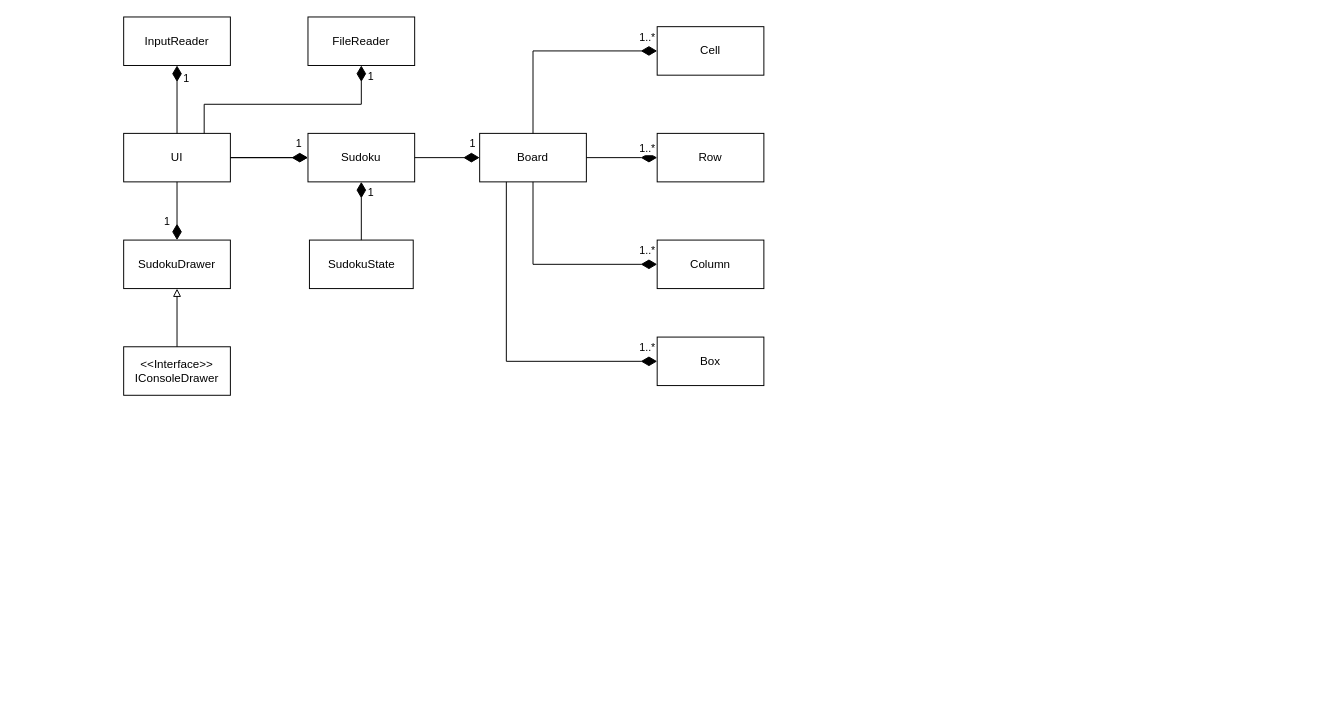
Earlier version of the draw.io diagram sudoku.drawio (GXZheng312/Design-Patterns-Assessment). Source tidied: cells renumbered, new cells numbered last; positions are measured from the earlier drawing's top-left corner, leaving out a move shared by most shapes. Both pictures are drawn from the tidied source at 97%, with x=0, y=0 at pixel (123, 16).
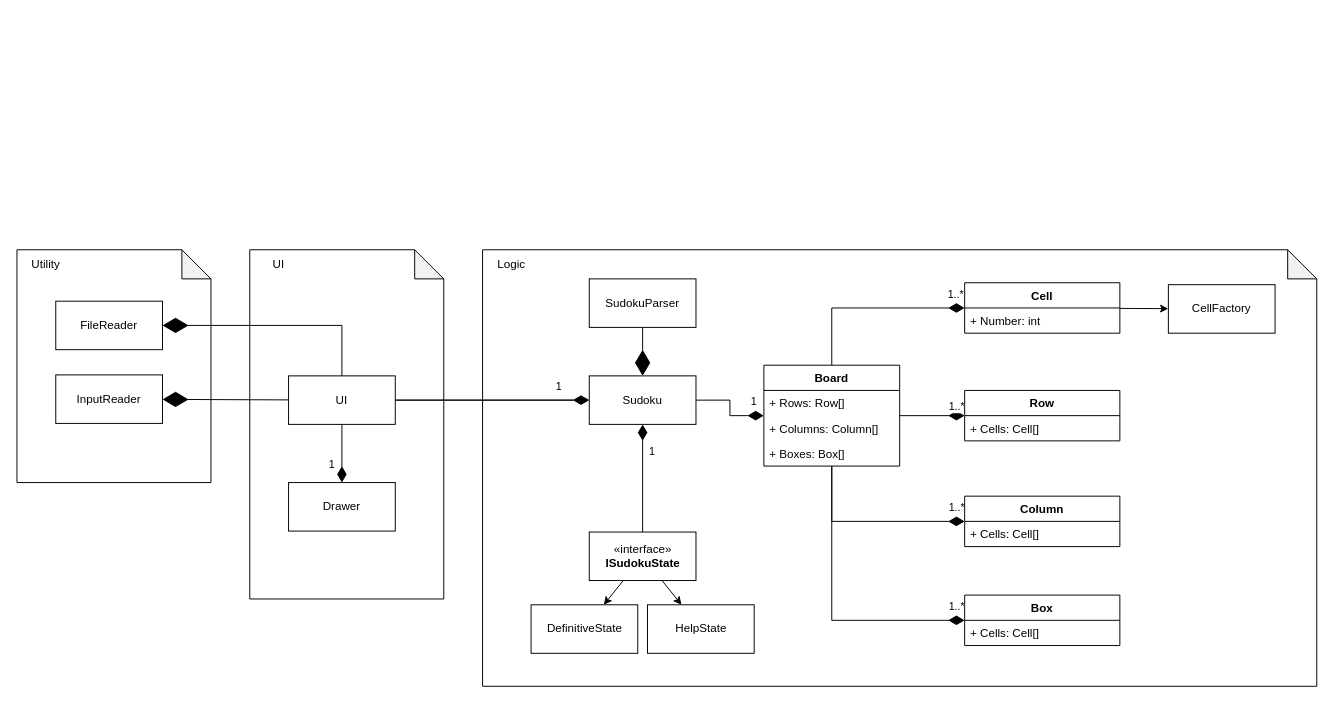
The same diagram, later.

The edit, as a diff of the source:
```diff
@@
+    <mxCell id="26" style="shape=note;whiteSpace=wrap;html=1;backgroundOutline=1;darkOpacity=0.05;" parent="1" vertex="1">
+      <mxGeometry x="-110" y="240" width="200" height="240" as="geometry" />
+    </mxCell>
+    <mxCell id="27" style="shape=note;whiteSpace=wrap;html=1;backgroundOutline=1;darkOpacity=0.05;" parent="1" vertex="1">
+      <mxGeometry x="370" y="240" width="860" height="450" as="geometry" />
+    </mxCell>
+    <mxCell id="28" style="shape=note;whiteSpace=wrap;html=1;backgroundOutline=1;darkOpacity=0.05;" parent="1" vertex="1">
+      <mxGeometry x="130" y="240" width="200" height="360" as="geometry" />
+    </mxCell>
     <mxCell id="2" value="Sudoku" style="rounded=0;whiteSpace=wrap;html=1;" parent="1" vertex="1">
-      <mxGeometry x="190" y="120" width="110" height="50" as="geometry" />
+      <mxGeometry x="480" y="370" width="110" height="50" as="geometry" />
     </mxCell>
@@
     <mxCell id="4" value="UI" style="rounded=0;whiteSpace=wrap;html=1;" parent="1" vertex="1">
-      <mxGeometry y="120" width="110" height="50" as="geometry" />
+      <mxGeometry x="170" y="370" width="110" height="50" as="geometry" />
     </mxCell>
     <mxCell id="5" value="InputReader" style="rounded=0;whiteSpace=wrap;html=1;" parent="1" vertex="1">
-      <mxGeometry width="110" height="50" as="geometry" />
+      <mxGeometry x="-70" y="369" width="110" height="50" as="geometry" />
     </mxCell>
-    <mxCell id="6" value="SudokuDrawer" style="rounded=0;whiteSpace=wrap;html=1;" parent="1" vertex="1">
-      <mxGeometry y="230" width="110" height="50" as="geometry" />
+    <mxCell id="6" value="Drawer" style="rounded=0;whiteSpace=wrap;html=1;" parent="1" vertex="1">
+      <mxGeometry x="170" y="480" width="110" height="50" as="geometry" />
     </mxCell>
-    <mxCell id="7" value="Cell" style="rounded=0;whiteSpace=wrap;html=1;" parent="1" vertex="1">
-      <mxGeometry x="550" y="10" width="110" height="50" as="geometry" />
-    </mxCell>
-    <mxCell id="8" value="Row" style="rounded=0;whiteSpace=wrap;html=1;" parent="1" vertex="1">
-      <mxGeometry x="550" y="120" width="110" height="50" as="geometry" />
-    </mxCell>
-    <mxCell id="9" value="Column" style="rounded=0;whiteSpace=wrap;html=1;" parent="1" vertex="1">
-      <mxGeometry x="550" y="230" width="110" height="50" as="geometry" />
-    </mxCell>
-    <mxCell id="10" value="Box" style="rounded=0;whiteSpace=wrap;html=1;" parent="1" vertex="1">
-      <mxGeometry x="550" y="330" width="110" height="50" as="geometry" />
-    </mxCell>
-    <mxCell id="11" value="Board" style="rounded=0;whiteSpace=wrap;html=1;" parent="1" vertex="1">
-      <mxGeometry x="367" y="120" width="110" height="50" as="geometry" />
-    </mxCell>
-    <mxCell id="12" value="1" style="endArrow=none;html=1;endSize=12;startArrow=diamondThin;startSize=14;startFill=1;edgeStyle=orthogonalEdgeStyle;align=left;verticalAlign=bottom;rounded=0;exitX=0.5;exitY=1;exitDx=0;exitDy=0;entryX=0.5;entryY=0;entryDx=0;entryDy=0;endFill=0;" parent="1" edge="1" source="5" target="4">
-      <mxGeometry x="-0.33" y="5" relative="1" as="geometry" />
-    </mxCell>
@@
-    <mxCell id="15" value="1" style="endArrow=none;html=1;endSize=12;startArrow=diamondThin;startSize=14;startFill=1;edgeStyle=orthogonalEdgeStyle;align=left;verticalAlign=bottom;rounded=0;exitX=0;exitY=0.5;exitDx=0;exitDy=0;entryX=1;entryY=0.5;entryDx=0;entryDy=0;endFill=0;" parent="1" edge="1" source="11" target="2">
+    <mxCell id="15" value="1" style="endArrow=none;html=1;endSize=12;startArrow=diamondThin;startSize=14;startFill=1;edgeStyle=orthogonalEdgeStyle;align=left;verticalAlign=bottom;rounded=0;entryX=1;entryY=0.5;entryDx=0;entryDy=0;endFill=0;" parent="1" edge="1" source="11" target="2">
       <mxGeometry x="-0.64" y="-5" relative="1" as="geometry" />
     </mxCell>
-    <mxCell id="16" value="1..*" style="endArrow=none;html=1;endSize=12;startArrow=diamondThin;startSize=14;startFill=1;edgeStyle=orthogonalEdgeStyle;align=left;verticalAlign=bottom;rounded=0;exitX=0;exitY=0.5;exitDx=0;exitDy=0;endFill=0;" parent="1" edge="1" source="8" target="11">
+    <mxCell id="16" value="1..*" style="endArrow=none;html=1;endSize=12;startArrow=diamondThin;startSize=14;startFill=1;edgeStyle=orthogonalEdgeStyle;align=left;verticalAlign=bottom;rounded=0;endFill=0;" parent="1" edge="1" source="8" target="11">
       <mxGeometry x="-0.45" relative="1" as="geometry" />
     </mxCell>
-    <mxCell id="17" value="1..*" style="endArrow=none;html=1;endSize=12;startArrow=diamondThin;startSize=14;startFill=1;edgeStyle=orthogonalEdgeStyle;align=left;verticalAlign=bottom;rounded=0;exitX=0;exitY=0.5;exitDx=0;exitDy=0;endFill=0;entryX=0.5;entryY=0;entryDx=0;entryDy=0;" parent="1" edge="1" source="7" target="11">
+    <mxCell id="17" value="1..*" style="endArrow=none;html=1;endSize=12;startArrow=diamondThin;startSize=14;startFill=1;edgeStyle=orthogonalEdgeStyle;align=left;verticalAlign=bottom;rounded=0;endFill=0;" parent="1" edge="1" source="7" target="11">
       <mxGeometry x="-0.81" y="-5" relative="1" as="geometry" />
     </mxCell>
-    <mxCell id="18" value="1..*" style="endArrow=none;html=1;endSize=12;startArrow=diamondThin;startSize=14;startFill=1;edgeStyle=orthogonalEdgeStyle;align=left;verticalAlign=bottom;rounded=0;exitX=0;exitY=0.5;exitDx=0;exitDy=0;endFill=0;entryX=0.5;entryY=1;entryDx=0;entryDy=0;" parent="1" edge="1" source="9" target="11">
+    <mxCell id="18" value="1..*" style="endArrow=none;html=1;endSize=12;startArrow=diamondThin;startSize=14;startFill=1;edgeStyle=orthogonalEdgeStyle;align=left;verticalAlign=bottom;rounded=0;endFill=0;" parent="1" edge="1" source="9" target="11">
       <mxGeometry x="-0.81" y="-5" relative="1" as="geometry" />
     </mxCell>
-    <mxCell id="19" value="1..*" style="endArrow=none;html=1;endSize=12;startArrow=diamondThin;startSize=14;startFill=1;edgeStyle=orthogonalEdgeStyle;align=left;verticalAlign=bottom;rounded=0;exitX=0;exitY=0.5;exitDx=0;exitDy=0;endFill=0;entryX=0.25;entryY=1;entryDx=0;entryDy=0;" parent="1" edge="1" source="10" target="11">
+    <mxCell id="19" value="1..*" style="endArrow=none;html=1;endSize=12;startArrow=diamondThin;startSize=14;startFill=1;edgeStyle=orthogonalEdgeStyle;align=left;verticalAlign=bottom;rounded=0;endFill=0;" parent="1" edge="1" source="10" target="11">
       <mxGeometry x="-0.88" y="-5" relative="1" as="geometry" />
     </mxCell>
-    <mxCell id="20" value="&amp;lt;&amp;lt;Interface&amp;gt;&amp;gt;&lt;br&gt;IConsoleDrawer" style="rounded=0;whiteSpace=wrap;html=1;" parent="1" vertex="1">
-      <mxGeometry y="340" width="110" height="50" as="geometry" />
-    </mxCell>
-    <mxCell id="21" style="endArrow=block;html=1;rounded=0;exitX=0.5;exitY=0;exitDx=0;exitDy=0;entryX=0.5;entryY=1;entryDx=0;entryDy=0;endFill=0;" parent="1" edge="1" source="20" target="6">
-      <mxGeometry relative="1" as="geometry" />
-    </mxCell>
     <mxCell id="22" value="FileReader" style="rounded=0;whiteSpace=wrap;html=1;" parent="1" vertex="1">
-      <mxGeometry x="190" width="110" height="50" as="geometry" />
+      <mxGeometry x="-70" y="293" width="110" height="50" as="geometry" />
     </mxCell>
-    <mxCell id="23" value="1" style="endArrow=none;html=1;endSize=12;startArrow=diamondThin;startSize=14;startFill=1;edgeStyle=orthogonalEdgeStyle;align=left;verticalAlign=bottom;rounded=0;exitX=0.5;exitY=1;exitDx=0;exitDy=0;endFill=0;" parent="1" edge="1" source="22">
-      <mxGeometry x="-0.83" y="5" relative="1" as="geometry">
-        <mxPoint x="83" y="120" as="targetPoint" />
-        <Array as="points">
-          <mxPoint x="245" y="90" />
-          <mxPoint x="83" y="90" />
-        </Array>
-      </mxGeometry>
-    </mxCell>
-    <mxCell id="24" value="SudokuState" style="rounded=0;whiteSpace=wrap;html=1;" parent="1" vertex="1">
-      <mxGeometry x="191.5" y="230" width="107" height="50" as="geometry" />
-    </mxCell>
-    <mxCell id="25" value="1" style="endArrow=none;html=1;endSize=12;startArrow=diamondThin;startSize=14;startFill=1;edgeStyle=orthogonalEdgeStyle;align=left;verticalAlign=bottom;rounded=0;exitX=0.5;exitY=1;exitDx=0;exitDy=0;entryX=0.5;entryY=0;entryDx=0;entryDy=0;endFill=0;" parent="1" edge="1" source="2" target="24">
+    <mxCell id="25" value="1" style="endArrow=none;html=1;endSize=12;startArrow=diamondThin;startSize=14;startFill=1;edgeStyle=orthogonalEdgeStyle;align=left;verticalAlign=bottom;rounded=0;exitX=0.5;exitY=1;exitDx=0;exitDy=0;endFill=0;" parent="1" edge="1" source="2" target="35">
       <mxGeometry x="-0.33" y="5" relative="1" as="geometry" />
     </mxCell>
+    <mxCell id="29" value="CellFactory" style="rounded=0;whiteSpace=wrap;html=1;" parent="1" vertex="1">
+      <mxGeometry x="1077" y="276" width="110" height="50" as="geometry" />
+    </mxCell>
+    <mxCell id="30" style="endArrow=classic;html=1;rounded=0;" parent="1" edge="1" source="7" target="29">
+      <mxGeometry relative="1" as="geometry" />
+    </mxCell>
+    <mxCell id="7" value="Cell" style="swimlane;fontStyle=1;align=center;verticalAlign=top;horizontal=1;startSize=26;" parent="1" vertex="1">
+      <mxGeometry x="867" y="274" width="160" height="52" as="geometry" />
+    </mxCell>
+    <mxCell id="31" value="+ Number: int" style="text;strokeColor=none;fillColor=none;align=left;verticalAlign=top;spacingLeft=4;spacingRight=4;overflow=hidden;" parent="7" vertex="1">
+      <mxGeometry y="26" width="160" height="26" as="geometry" />
+    </mxCell>
+    <mxCell id="8" value="Row" style="swimlane;fontStyle=1;align=center;verticalAlign=top;horizontal=1;startSize=26;" parent="1" vertex="1">
+      <mxGeometry x="867" y="385" width="160" height="52" as="geometry" />
+    </mxCell>
+    <mxCell id="32" value="+ Cells: Cell[]" style="text;strokeColor=none;fillColor=none;align=left;verticalAlign=top;spacingLeft=4;spacingRight=4;overflow=hidden;" parent="8" vertex="1">
+      <mxGeometry y="26" width="160" height="26" as="geometry" />
+    </mxCell>
+    <mxCell id="9" value="Column" style="swimlane;fontStyle=1;align=center;verticalAlign=top;horizontal=1;startSize=26;" parent="1" vertex="1">
+      <mxGeometry x="867" y="494" width="160" height="52" as="geometry" />
+    </mxCell>
+    <mxCell id="33" value="+ Cells: Cell[]" style="text;strokeColor=none;fillColor=none;align=left;verticalAlign=top;spacingLeft=4;spacingRight=4;overflow=hidden;" parent="9" vertex="1">
+      <mxGeometry y="26" width="160" height="26" as="geometry" />
+    </mxCell>
+    <mxCell id="10" value="Box" style="swimlane;fontStyle=1;align=center;verticalAlign=top;horizontal=1;startSize=26;" parent="1" vertex="1">
+      <mxGeometry x="867" y="596" width="160" height="52" as="geometry" />
+    </mxCell>
+    <mxCell id="34" value="+ Cells: Cell[]" style="text;strokeColor=none;fillColor=none;align=left;verticalAlign=top;spacingLeft=4;spacingRight=4;overflow=hidden;" parent="10" vertex="1">
+      <mxGeometry y="26" width="160" height="26" as="geometry" />
+    </mxCell>
+    <mxCell id="35" value="«interface»&lt;br&gt;&lt;b&gt;ISudokuState&lt;/b&gt;" style="html=1;" parent="1" vertex="1">
+      <mxGeometry x="480" y="531" width="110" height="50" as="geometry" />
+    </mxCell>
+    <mxCell id="36" value="DefinitiveState" style="html=1;" parent="1" vertex="1">
+      <mxGeometry x="420" y="606" width="110" height="50" as="geometry" />
+    </mxCell>
+    <mxCell id="37" value="HelpState" style="html=1;" parent="1" vertex="1">
+      <mxGeometry x="540" y="606" width="110" height="50" as="geometry" />
+    </mxCell>
+    <mxCell id="38" style="endArrow=classic;html=1;rounded=0;" parent="1" edge="1" source="35" target="36">
+      <mxGeometry relative="1" as="geometry" />
+    </mxCell>
+    <mxCell id="39" style="endArrow=classic;html=1;rounded=0;" parent="1" edge="1" source="35" target="37">
+      <mxGeometry relative="1" as="geometry" />
+    </mxCell>
+    <mxCell id="11" value="Board" style="swimlane;fontStyle=1;horizontal=1;startSize=26;fillColor=none;" parent="1" vertex="1">
+      <mxGeometry x="660" y="359" width="140" height="104" as="geometry" />
+    </mxCell>
+    <mxCell id="40" value="+ Rows: Row[]" style="text;strokeColor=none;fillColor=none;align=left;verticalAlign=top;spacingLeft=4;spacingRight=4;overflow=hidden;" parent="11" vertex="1">
+      <mxGeometry y="26" width="140" height="26" as="geometry" />
+    </mxCell>
+    <mxCell id="41" value="+ Columns: Column[]" style="text;strokeColor=none;fillColor=none;align=left;verticalAlign=top;spacingLeft=4;spacingRight=4;overflow=hidden;" parent="11" vertex="1">
+      <mxGeometry y="52" width="140" height="26" as="geometry" />
+    </mxCell>
+    <mxCell id="42" value="+ Boxes: Box[]" style="text;strokeColor=none;fillColor=none;align=left;verticalAlign=top;spacingLeft=4;spacingRight=4;overflow=hidden;" parent="11" vertex="1">
+      <mxGeometry y="78" width="140" height="26" as="geometry" />
+    </mxCell>
+    <mxCell id="43" value="UI" style="text;html=1;strokeColor=none;fillColor=none;align=center;verticalAlign=middle;whiteSpace=wrap;rounded=0;" parent="1" vertex="1">
+      <mxGeometry x="130" y="240" width="60" height="30" as="geometry" />
+    </mxCell>
+    <mxCell id="44" value="Logic" style="text;html=1;strokeColor=none;fillColor=none;align=center;verticalAlign=middle;whiteSpace=wrap;rounded=0;" parent="1" vertex="1">
+      <mxGeometry x="370" y="240" width="60" height="30" as="geometry" />
+    </mxCell>
+    <mxCell id="45" value="Utility" style="text;html=1;strokeColor=none;fillColor=none;align=center;verticalAlign=middle;whiteSpace=wrap;rounded=0;" parent="1" vertex="1">
+      <mxGeometry x="-110" y="240" width="60" height="30" as="geometry" />
+    </mxCell>
+    <mxCell id="46" value="SudokuParser" style="rounded=0;whiteSpace=wrap;html=1;" parent="1" vertex="1">
+      <mxGeometry x="480" y="270" width="110" height="50" as="geometry" />
+    </mxCell>
+    <mxCell id="47" style="endArrow=diamondThin;endFill=1;endSize=24;html=1;rounded=0;" parent="1" edge="1" source="46" target="2">
+      <mxGeometry relative="1" as="geometry" />
+    </mxCell>
+    <mxCell id="48" style="endArrow=diamondThin;endFill=1;endSize=24;html=1;rounded=0;" parent="1" edge="1" source="4" target="22">
+      <mxGeometry relative="1" as="geometry">
+        <Array as="points">
+          <mxPoint x="225" y="318" />
+        </Array>
+      </mxGeometry>
+    </mxCell>
+    <mxCell id="49" style="endArrow=diamondThin;endFill=1;endSize=24;html=1;rounded=0;" parent="1" edge="1" source="4" target="5">
+      <mxGeometry relative="1" as="geometry" />
+    </mxCell>
```
